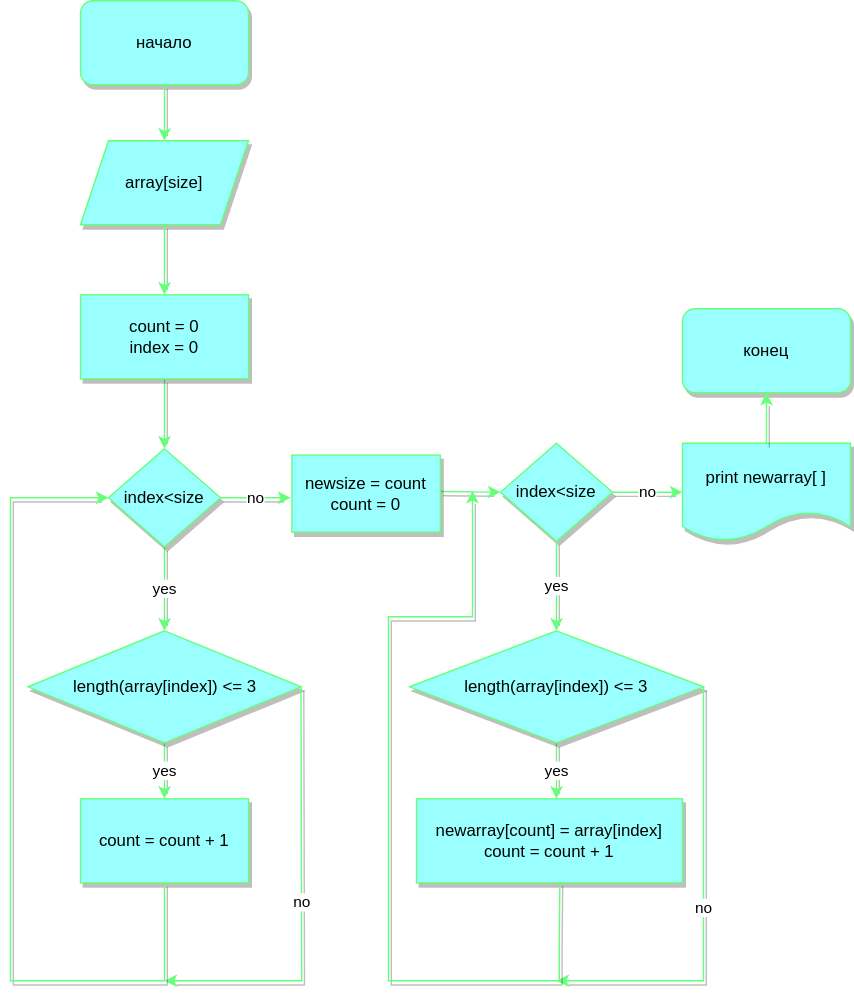
Before: final_algoritm.svg, a diagram exported from draw.io (apklxs/Final_part_1). Source tidied: cells renumbered, new cells last; positions are measured from the earlier drawing's top-left corner, leaving out a move shared by most shapes.
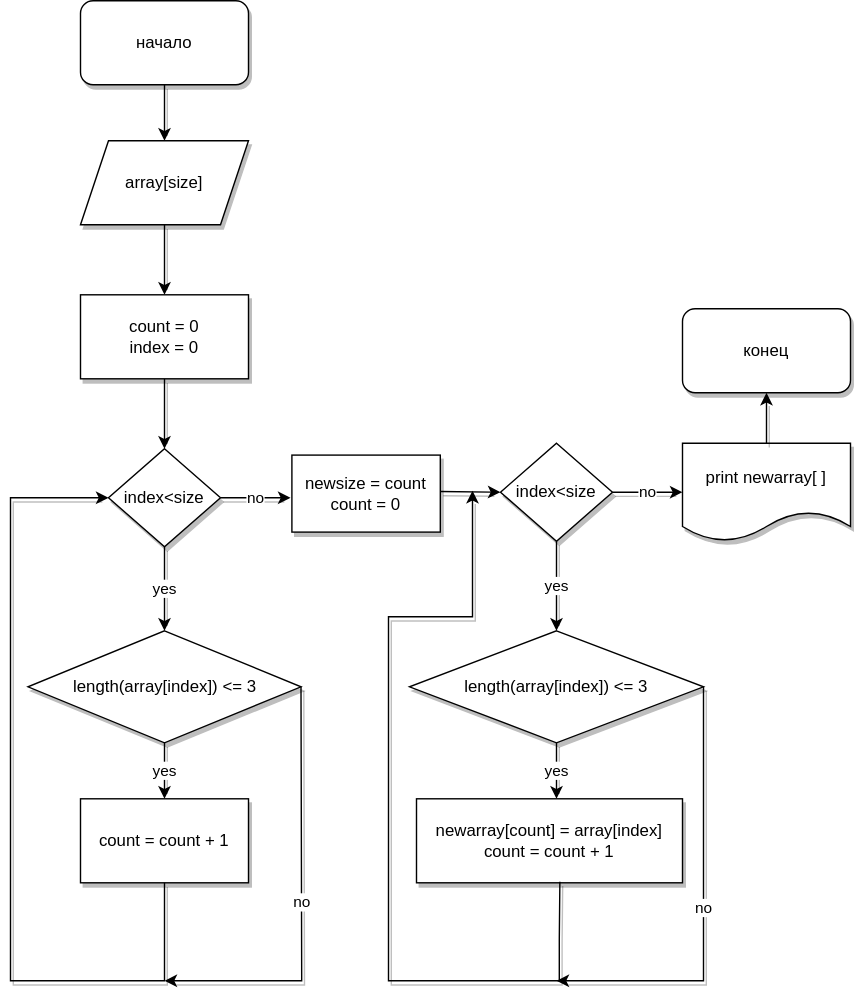
Later version of the same file.

Diff of the diagram source:
```diff
@@ -2,21 +2,21 @@
   <root>
     <mxCell id="0" />
     <mxCell id="1" parent="0" />
-    <mxCell id="2" value="начало" style="rounded=1;whiteSpace=wrap;html=1;shadow=1;strokeColor=#66FF7A;fillColor=#99FFFF;" parent="1" vertex="1">
+    <mxCell id="2" value="начало" style="rounded=1;whiteSpace=wrap;html=1;shadow=1;strokeColor=#000000;fillColor=#FFFFFF;" parent="1" vertex="1">
       <mxGeometry x="50" width="120" height="60" as="geometry" />
     </mxCell>
-    <mxCell id="3" style="endArrow=classic;html=1;rounded=0;exitX=0.5;exitY=1;exitDx=0;exitDy=0;shadow=1;strokeColor=#66FF7A;fillColor=#99FFFF;" parent="1" edge="1" source="2" target="4">
+    <mxCell id="3" style="endArrow=classic;html=1;rounded=0;exitX=0.5;exitY=1;exitDx=0;exitDy=0;shadow=1;strokeColor=#000000;fillColor=#FFFFFF;" parent="1" edge="1" source="2" target="4">
       <mxGeometry relative="1" as="geometry" />
     </mxCell>
-    <mxCell id="4" value="array[size]" style="shape=parallelogram;perimeter=parallelogramPerimeter;whiteSpace=wrap;html=1;fixedSize=1;shadow=1;strokeColor=#66FF7A;fillColor=#99FFFF;" parent="1" vertex="1">
+    <mxCell id="4" value="array[size]" style="shape=parallelogram;perimeter=parallelogramPerimeter;whiteSpace=wrap;html=1;fixedSize=1;shadow=1;strokeColor=#000000;fillColor=#FFFFFF;" parent="1" vertex="1">
       <mxGeometry x="50" y="100" width="120" height="60" as="geometry" />
     </mxCell>
-    <mxCell id="5" style="endArrow=classic;html=1;rounded=0;exitX=0.5;exitY=1;exitDx=0;exitDy=0;shadow=1;strokeColor=#66FF7A;fillColor=#99FFFF;" parent="1" edge="1" source="4">
+    <mxCell id="5" style="endArrow=classic;html=1;rounded=0;exitX=0.5;exitY=1;exitDx=0;exitDy=0;shadow=1;strokeColor=#000000;fillColor=#FFFFFF;" parent="1" edge="1" source="4">
       <mxGeometry relative="1" as="geometry">
         <mxPoint x="110" y="210" as="targetPoint" />
       </mxGeometry>
     </mxCell>
-    <mxCell id="6" value="yes" style="edgeStyle=orthogonalEdgeStyle;rounded=0;jettySize=auto;html=1;entryX=0.5;entryY=0;entryDx=0;entryDy=0;shadow=1;strokeColor=#66FF7A;fillColor=#99FFFF;" parent="1" edge="1" source="7">
+    <mxCell id="6" value="yes" style="edgeStyle=orthogonalEdgeStyle;rounded=0;jettySize=auto;html=1;entryX=0.5;entryY=0;entryDx=0;entryDy=0;shadow=1;strokeColor=#000000;fillColor=#FFFFFF;" parent="1" edge="1" source="7">
       <mxGeometry relative="1" as="geometry">
         <mxPoint x="110" y="450" as="targetPoint" />
         <Array as="points">
@@ -25,32 +25,32 @@
         </Array>
       </mxGeometry>
     </mxCell>
-    <mxCell id="7" value="index&amp;lt;size" style="rhombus;whiteSpace=wrap;html=1;shadow=1;strokeColor=#66FF7A;fillColor=#99FFFF;" parent="1" vertex="1">
+    <mxCell id="7" value="index&amp;lt;size" style="rhombus;whiteSpace=wrap;html=1;shadow=1;strokeColor=#000000;fillColor=#FFFFFF;" parent="1" vertex="1">
       <mxGeometry x="70" y="320" width="80" height="70" as="geometry" />
     </mxCell>
-    <mxCell id="8" style="edgeStyle=orthogonalEdgeStyle;rounded=0;jettySize=auto;html=1;entryX=0.5;entryY=0;entryDx=0;entryDy=0;shadow=1;strokeColor=#66FF7A;fillColor=#99FFFF;" parent="1" edge="1" source="9" target="7">
+    <mxCell id="8" style="edgeStyle=orthogonalEdgeStyle;rounded=0;jettySize=auto;html=1;entryX=0.5;entryY=0;entryDx=0;entryDy=0;shadow=1;strokeColor=#000000;fillColor=#FFFFFF;" parent="1" edge="1" source="9" target="7">
       <mxGeometry relative="1" as="geometry" />
     </mxCell>
-    <mxCell id="9" value="count = 0&lt;br&gt;index = 0" style="rounded=0;whiteSpace=wrap;html=1;shadow=1;strokeColor=#66FF7A;fillColor=#99FFFF;" parent="1" vertex="1">
+    <mxCell id="9" value="count = 0&lt;br&gt;index = 0" style="rounded=0;whiteSpace=wrap;html=1;shadow=1;strokeColor=#000000;fillColor=#FFFFFF;" parent="1" vertex="1">
       <mxGeometry x="50" y="210" width="120" height="60" as="geometry" />
     </mxCell>
-    <mxCell id="10" value="yes" style="edgeStyle=orthogonalEdgeStyle;rounded=0;jettySize=auto;html=1;shadow=1;strokeColor=#66FF7A;fillColor=#99FFFF;" parent="1" edge="1" source="11">
+    <mxCell id="10" value="yes" style="edgeStyle=orthogonalEdgeStyle;rounded=0;jettySize=auto;html=1;shadow=1;strokeColor=#000000;fillColor=#FFFFFF;" parent="1" edge="1" source="11">
       <mxGeometry relative="1" as="geometry">
         <mxPoint x="110" y="570" as="targetPoint" />
       </mxGeometry>
     </mxCell>
-    <mxCell id="11" value="length(array[index]) &amp;lt;= 3" style="rhombus;whiteSpace=wrap;html=1;shadow=1;strokeColor=#66FF7A;fillColor=#99FFFF;" parent="1" vertex="1">
+    <mxCell id="11" value="length(array[index]) &amp;lt;= 3" style="rhombus;whiteSpace=wrap;html=1;shadow=1;strokeColor=#000000;fillColor=#FFFFFF;" parent="1" vertex="1">
       <mxGeometry x="12.5" y="450" width="195" height="80" as="geometry" />
     </mxCell>
-    <mxCell id="12" value="count = count + 1" style="rounded=0;whiteSpace=wrap;html=1;shadow=1;strokeColor=#66FF7A;fillColor=#99FFFF;" parent="1" vertex="1">
+    <mxCell id="12" value="count = count + 1" style="rounded=0;whiteSpace=wrap;html=1;shadow=1;strokeColor=#000000;fillColor=#FFFFFF;" parent="1" vertex="1">
       <mxGeometry x="50" y="570" width="120" height="60" as="geometry" />
     </mxCell>
-    <mxCell id="13" value="no" style="endArrow=classic;html=1;rounded=0;exitX=1;exitY=0.5;exitDx=0;exitDy=0;shadow=1;strokeColor=#66FF7A;fillColor=#99FFFF;" parent="1" edge="1" source="7">
+    <mxCell id="13" value="no" style="endArrow=classic;html=1;rounded=0;exitX=1;exitY=0.5;exitDx=0;exitDy=0;shadow=1;strokeColor=#000000;fillColor=#FFFFFF;" parent="1" edge="1" source="7">
       <mxGeometry relative="1" as="geometry">
         <mxPoint x="200" y="355" as="targetPoint" />
       </mxGeometry>
     </mxCell>
-    <mxCell id="14" value="no" style="endArrow=classic;html=1;rounded=0;exitX=1;exitY=0.5;exitDx=0;exitDy=0;shadow=1;strokeColor=#66FF7A;fillColor=#99FFFF;" parent="1" edge="1" source="11">
+    <mxCell id="14" value="no" style="endArrow=classic;html=1;rounded=0;exitX=1;exitY=0.5;exitDx=0;exitDy=0;shadow=1;strokeColor=#000000;fillColor=#FFFFFF;" parent="1" edge="1" source="11">
       <mxGeometry relative="1" as="geometry">
         <mxPoint x="110" y="700" as="targetPoint" />
         <Array as="points">
@@ -58,7 +58,7 @@
         </Array>
       </mxGeometry>
     </mxCell>
-    <mxCell id="15" style="endArrow=classic;html=1;rounded=0;exitX=0.5;exitY=1;exitDx=0;exitDy=0;entryX=0;entryY=0.5;entryDx=0;entryDy=0;shadow=1;strokeColor=#66FF7A;fillColor=#99FFFF;" parent="1" edge="1" source="12" target="7">
+    <mxCell id="15" style="endArrow=classic;html=1;rounded=0;exitX=0.5;exitY=1;exitDx=0;exitDy=0;entryX=0;entryY=0.5;entryDx=0;entryDy=0;shadow=1;strokeColor=#000000;fillColor=#FFFFFF;" parent="1" edge="1" source="12" target="7">
       <mxGeometry relative="1" as="geometry">
         <Array as="points">
           <mxPoint x="110" y="700" />
@@ -69,33 +69,33 @@
         </Array>
       </mxGeometry>
     </mxCell>
-    <mxCell id="16" style="endArrow=classic;html=1;rounded=0;exitX=1.024;exitY=0.386;exitDx=0;exitDy=0;exitPerimeter=0;shadow=1;strokeColor=#66FF7A;fillColor=#99FFFF;" parent="1" edge="1">
+    <mxCell id="16" style="endArrow=classic;html=1;rounded=0;exitX=1.024;exitY=0.386;exitDx=0;exitDy=0;exitPerimeter=0;shadow=1;strokeColor=#000000;fillColor=#FFFFFF;" parent="1" edge="1">
       <mxGeometry relative="1" as="geometry">
         <mxPoint x="307" y="350.5" as="sourcePoint" />
         <mxPoint x="350" y="351" as="targetPoint" />
       </mxGeometry>
     </mxCell>
-    <mxCell id="17" value="конец" style="rounded=1;whiteSpace=wrap;html=1;shadow=1;strokeColor=#66FF7A;fillColor=#99FFFF;" parent="1" vertex="1">
+    <mxCell id="17" value="конец" style="rounded=1;whiteSpace=wrap;html=1;shadow=1;strokeColor=#000000;fillColor=#FFFFFF;" parent="1" vertex="1">
       <mxGeometry x="480" y="220" width="120" height="60" as="geometry" />
     </mxCell>
-    <mxCell id="18" value="newsize = count&lt;br&gt;count = 0" style="rounded=0;whiteSpace=wrap;html=1;shadow=1;strokeColor=#66FF7A;fillColor=#99FFFF;" parent="1" vertex="1">
+    <mxCell id="18" value="newsize = count&lt;br&gt;count = 0" style="rounded=0;whiteSpace=wrap;html=1;shadow=1;strokeColor=#000000;fillColor=#FFFFFF;" parent="1" vertex="1">
       <mxGeometry x="201" y="324.5" width="106" height="55" as="geometry" />
     </mxCell>
-    <mxCell id="19" value="index&amp;lt;size" style="rhombus;whiteSpace=wrap;html=1;shadow=1;strokeColor=#66FF7A;fillColor=#99FFFF;" parent="1" vertex="1">
+    <mxCell id="19" value="index&amp;lt;size" style="rhombus;whiteSpace=wrap;html=1;shadow=1;strokeColor=#000000;fillColor=#FFFFFF;" parent="1" vertex="1">
       <mxGeometry x="350" y="316" width="80" height="70" as="geometry" />
     </mxCell>
-    <mxCell id="20" value="yes" style="edgeStyle=orthogonalEdgeStyle;rounded=0;jettySize=auto;html=1;shadow=1;strokeColor=#66FF7A;fillColor=#99FFFF;" parent="1" edge="1" source="21">
+    <mxCell id="20" value="yes" style="edgeStyle=orthogonalEdgeStyle;rounded=0;jettySize=auto;html=1;shadow=1;strokeColor=#000000;fillColor=#FFFFFF;" parent="1" edge="1" source="21">
       <mxGeometry relative="1" as="geometry">
         <mxPoint x="390" y="570" as="targetPoint" />
       </mxGeometry>
     </mxCell>
-    <mxCell id="21" value="length(array[index]) &amp;lt;= 3" style="rhombus;whiteSpace=wrap;html=1;shadow=1;strokeColor=#66FF7A;fillColor=#99FFFF;" parent="1" vertex="1">
+    <mxCell id="21" value="length(array[index]) &amp;lt;= 3" style="rhombus;whiteSpace=wrap;html=1;shadow=1;strokeColor=#000000;fillColor=#FFFFFF;" parent="1" vertex="1">
       <mxGeometry x="285" y="450" width="210" height="80" as="geometry" />
     </mxCell>
-    <mxCell id="22" value="newarray[count] = array[index]&lt;br&gt;count = count + 1" style="rounded=0;whiteSpace=wrap;html=1;shadow=1;strokeColor=#66FF7A;fillColor=#99FFFF;" parent="1" vertex="1">
+    <mxCell id="22" value="newarray[count] = array[index]&lt;br&gt;count = count + 1" style="rounded=0;whiteSpace=wrap;html=1;shadow=1;strokeColor=#000000;fillColor=#FFFFFF;" parent="1" vertex="1">
       <mxGeometry x="290" y="570" width="190" height="60" as="geometry" />
     </mxCell>
-    <mxCell id="23" value="no" style="endArrow=classic;html=1;rounded=0;exitX=1;exitY=0.5;exitDx=0;exitDy=0;shadow=1;strokeColor=#66FF7A;fillColor=#99FFFF;" parent="1" edge="1" source="21">
+    <mxCell id="23" value="no" style="endArrow=classic;html=1;rounded=0;exitX=1;exitY=0.5;exitDx=0;exitDy=0;shadow=1;strokeColor=#000000;fillColor=#FFFFFF;" parent="1" edge="1" source="21">
       <mxGeometry relative="1" as="geometry">
         <mxPoint x="390" y="700" as="targetPoint" />
         <Array as="points">
@@ -103,10 +103,10 @@
         </Array>
       </mxGeometry>
     </mxCell>
-    <mxCell id="24" value="yes" style="endArrow=classic;html=1;rounded=0;exitX=0.5;exitY=1;exitDx=0;exitDy=0;entryX=0.5;entryY=0;entryDx=0;entryDy=0;shadow=1;strokeColor=#66FF7A;fillColor=#99FFFF;" parent="1" edge="1" source="19" target="21">
+    <mxCell id="24" value="yes" style="endArrow=classic;html=1;rounded=0;exitX=0.5;exitY=1;exitDx=0;exitDy=0;entryX=0.5;entryY=0;entryDx=0;entryDy=0;shadow=1;strokeColor=#000000;fillColor=#FFFFFF;" parent="1" edge="1" source="19" target="21">
       <mxGeometry relative="1" as="geometry" />
     </mxCell>
-    <mxCell id="25" style="endArrow=classic;html=1;rounded=0;exitX=0.539;exitY=0.987;exitDx=0;exitDy=0;exitPerimeter=0;shadow=1;strokeColor=#66FF7A;fillColor=#99FFFF;" parent="1" edge="1" source="22">
+    <mxCell id="25" style="endArrow=classic;html=1;rounded=0;exitX=0.539;exitY=0.987;exitDx=0;exitDy=0;exitPerimeter=0;shadow=1;strokeColor=#000000;fillColor=#FFFFFF;" parent="1" edge="1" source="22">
       <mxGeometry relative="1" as="geometry">
         <mxPoint x="330" y="350" as="targetPoint" />
         <Array as="points">
@@ -118,13 +118,13 @@
         </Array>
       </mxGeometry>
     </mxCell>
-    <mxCell id="26" value="print newarray[ ]" style="shape=document;whiteSpace=wrap;html=1;boundedLbl=1;shadow=1;strokeColor=#66FF7A;fillColor=#99FFFF;" parent="1" vertex="1">
+    <mxCell id="26" value="print newarray[ ]" style="shape=document;whiteSpace=wrap;html=1;boundedLbl=1;shadow=1;strokeColor=#000000;fillColor=#FFFFFF;" parent="1" vertex="1">
       <mxGeometry x="480" y="316" width="120" height="70" as="geometry" />
     </mxCell>
-    <mxCell id="27" value="no" style="endArrow=classic;html=1;rounded=0;exitX=1;exitY=0.5;exitDx=0;exitDy=0;entryX=0;entryY=0.5;entryDx=0;entryDy=0;shadow=1;strokeColor=#66FF7A;fillColor=#99FFFF;" parent="1" edge="1" source="19" target="26">
+    <mxCell id="27" value="no" style="endArrow=classic;html=1;rounded=0;exitX=1;exitY=0.5;exitDx=0;exitDy=0;entryX=0;entryY=0.5;entryDx=0;entryDy=0;shadow=1;strokeColor=#000000;fillColor=#FFFFFF;" parent="1" edge="1" source="19" target="26">
       <mxGeometry relative="1" as="geometry" />
     </mxCell>
-    <mxCell id="28" style="endArrow=classic;html=1;rounded=0;exitX=0.5;exitY=0;exitDx=0;exitDy=0;entryX=0.5;entryY=1;entryDx=0;entryDy=0;shadow=1;strokeColor=#66FF7A;fillColor=#99FFFF;" parent="1" edge="1" source="26" target="17">
+    <mxCell id="28" style="endArrow=classic;html=1;rounded=0;exitX=0.5;exitY=0;exitDx=0;exitDy=0;entryX=0.5;entryY=1;entryDx=0;entryDy=0;shadow=1;strokeColor=#000000;fillColor=#FFFFFF;" parent="1" edge="1" source="26" target="17">
       <mxGeometry relative="1" as="geometry" />
     </mxCell>
   </root>
```
